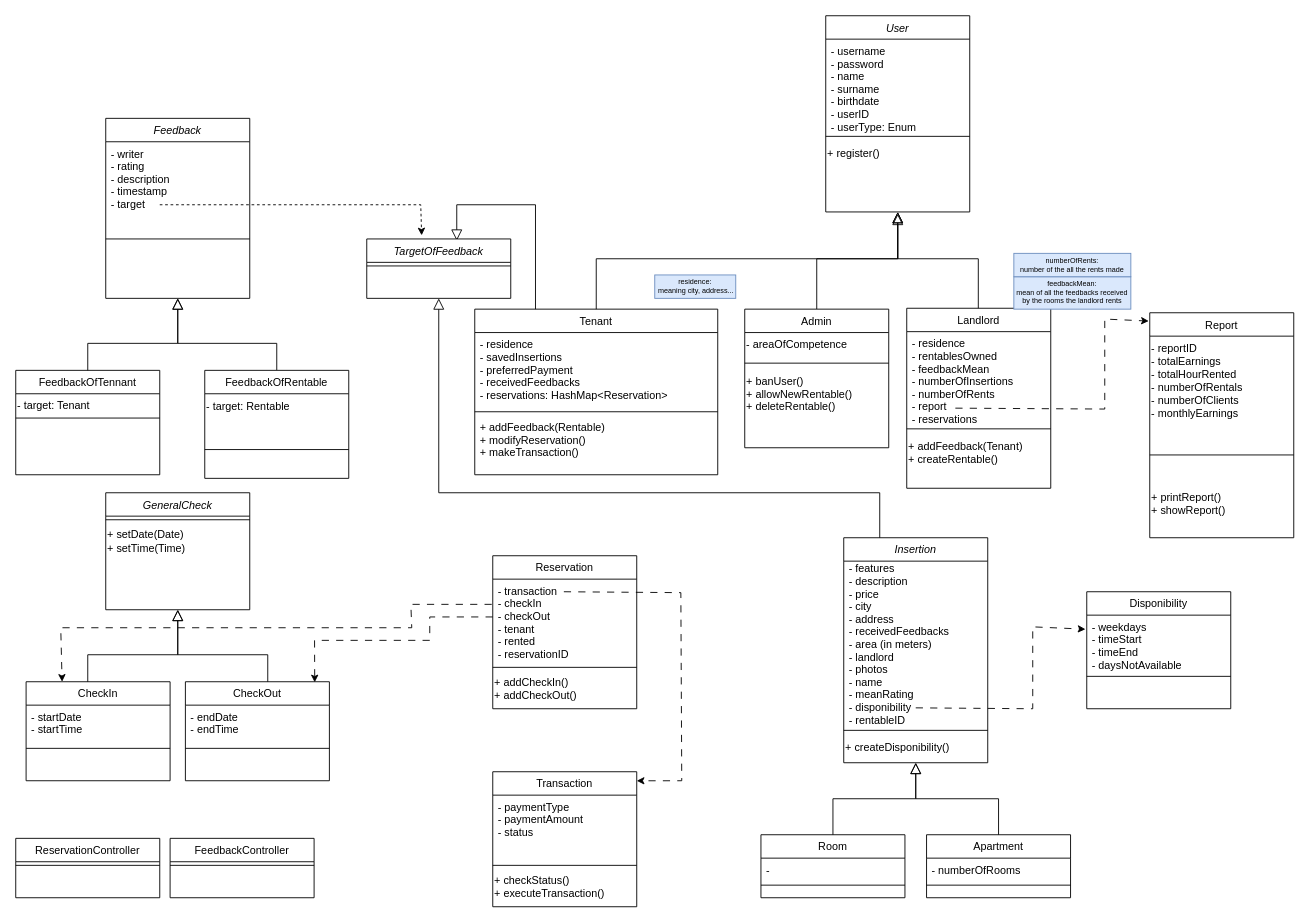
Before: docs/class_diagram.drawio in dnbias/hroom, a draw.io diagram. Source tidied: cells renumbered, new cells numbered last; positions are measured from the earlier drawing's top-left corner, leaving out a move shared by most shapes. Both pictures are drawn from the tidied source at 90%, with x=0, y=0 at pixel (15, 15).
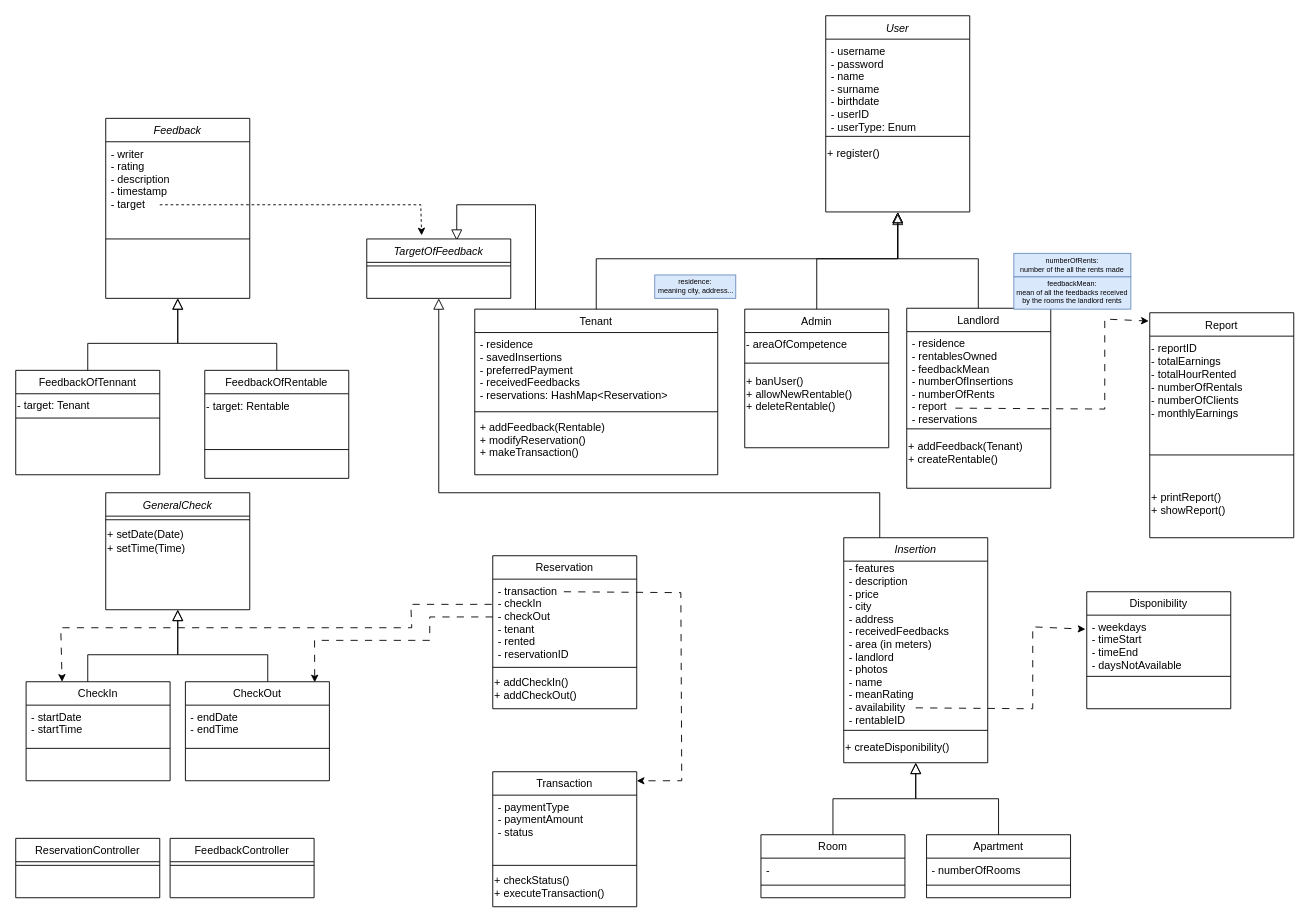
The same diagram, later.

Unchanged cells that the change refers to:
```xml
<mxCell id="22" value="Insertion" style="swimlane;fontStyle=2;align=center;verticalAlign=top;horizontal=1;startSize=26;rounded=0;shadow=0;strokeWidth=1;" parent="1" vertex="1">
  <mxGeometry x="920" y="580" width="160" height="250" as="geometry" />
</mxCell>
```

The edit, as a diff of the source:
```diff
@@
-    <mxCell id="23" value="- features&#10;- description&#10;- price&#10;- city&#10;- address&#10;- receivedFeedbacks&#10;- area (in meters)&#10;- landlord&#10;- photos&#10;- name&#10;- meanRating&#10;- disponibility&#10;- rentableID&#10;&#10;&#10;&#10;&#10;&#10;&#10;" style="text;align=left;verticalAlign=middle;spacingLeft=4;spacingRight=4;overflow=hidden;labelPosition=center;verticalLabelPosition=middle;" parent="22" vertex="1">
+    <mxCell id="23" value="- features&#10;- description&#10;- price&#10;- city&#10;- address&#10;- receivedFeedbacks&#10;- area (in meters)&#10;- landlord&#10;- photos&#10;- name&#10;- meanRating&#10;- availability&#10;- rentableID&#10;&#10;&#10;&#10;&#10;&#10;&#10;" style="text;align=left;verticalAlign=middle;spacingLeft=4;spacingRight=4;overflow=hidden;labelPosition=center;verticalLabelPosition=middle;" parent="22" vertex="1">
       <mxGeometry y="26" width="160" height="184" as="geometry" />
     </mxCell>
```
